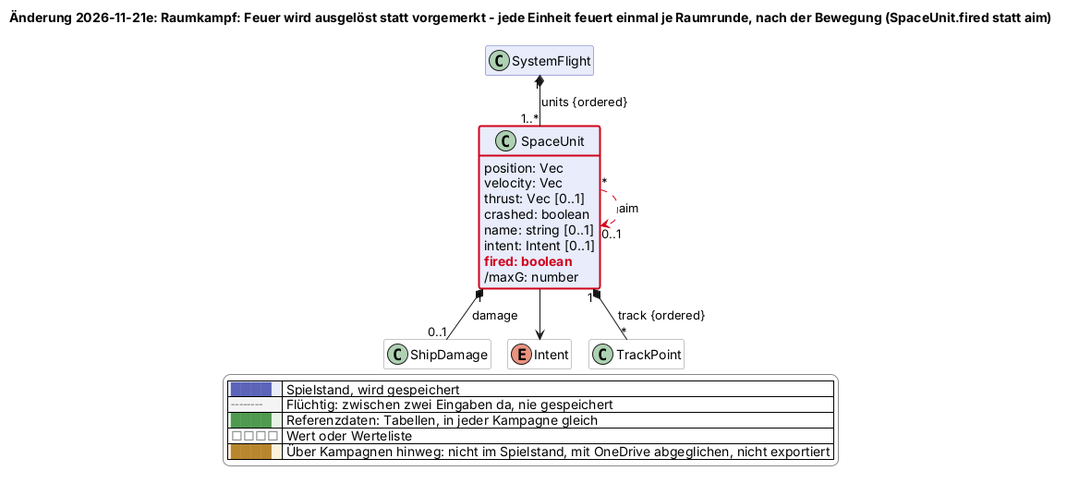
Earlier version of the PlantUML export docs/changes/2026-11-21e-feuer-ausloesen.png (scuzzar/SRE).
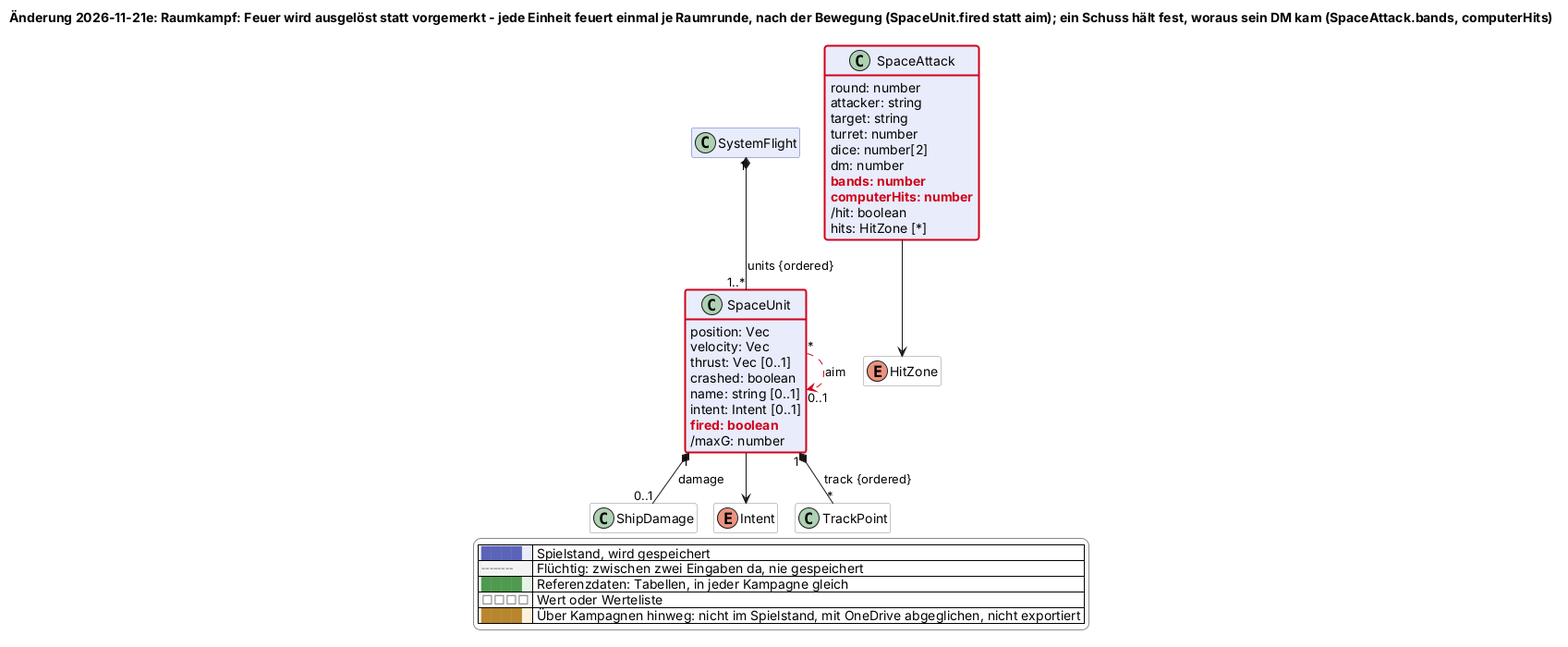
The same file after the commit.

What changed in the source:
```diff
@@ -36,7 +36,7 @@
 !return ""
 !endfunction
 !pragma layout smetana
-title Änderung 2026-11-21e: Raumkampf: Feuer wird ausgelöst statt vorgemerkt - jede Einheit feuert einmal je Raumrunde, nach der Bewegung (SpaceUnit.fired statt aim)
+title Änderung 2026-11-21e: Raumkampf: Feuer wird ausgelöst statt vorgemerkt - jede Einheit feuert einmal je Raumrunde, nach der Bewegung (SpaceUnit.fired statt aim); ein Schuss hält fest, woraus sein DM kam (SpaceAttack.bands, computerHits)
 hide empty members
 hide methods
 skinparam classAttributeIconSize 0
@@ -74,7 +74,20 @@
 
   class SystemFlight $raum
   class ShipDamage <<value>> $raum
+  enum HitZone <<value>> $raum
   enum Intent <<value>> $raum
+  class SpaceAttack $raum {
+    round: number
+    attacker: string
+    target: string
+    turret: number
+    dice: number[2]
+    dm: number
+    $new("2026-11-21e", "bands: number")
+    $new("2026-11-21e", "computerHits: number")
+    /hit: boolean
+    hits: HitZone [*]
+  }
   class SpaceUnit $raum {
     position: Vec
     velocity: Vec
@@ -100,6 +113,7 @@
 SpaceUnit "1" *-- "0..1" ShipDamage : damage
 SpaceUnit "*" -$goneArrow("2026-11-21e")-> "0..1" SpaceUnit : aim
 SpaceUnit --> Intent
+SpaceAttack --> HitZone
 SpaceUnit "1" *-- "*" TrackPoint : track {ordered}
 
 
@@ -121,5 +135,6 @@
   |<#ffffff> <color:#8a8a8a>□□□□</color> | Wert oder Werteliste |
   |<#fdf1dc> <color:#b8862e>████</color> | Über Kampagnen hinweg: nicht im Spielstand, mit OneDrive abgeglichen, nicht exportiert |
 endlegend
+class SpaceAttack #line:d0021b;line.bold
 class SpaceUnit #line:d0021b;line.bold
 @enduml
```
